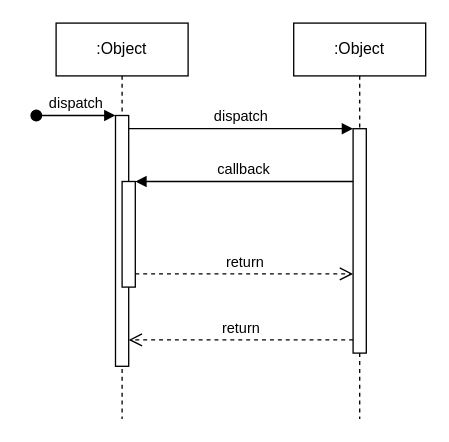
Before: Untitled Diagram.drawio in titosilva/drm-blockchain, a draw.io diagram. Source tidied: cells renumbered, new cells numbered last; positions are measured from the earlier drawing's top-left corner, leaving out a move shared by most shapes. Both pictures are drawn from the tidied source at 132%, with x=0, y=0 at pixel (36, 22).
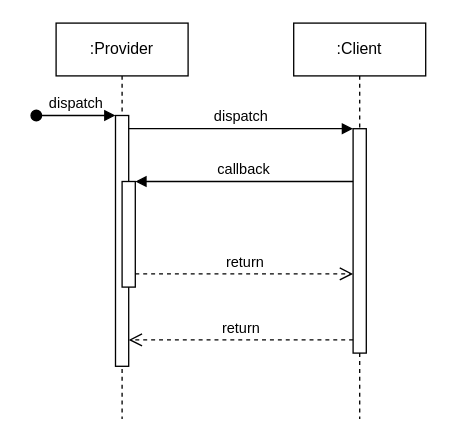
The same diagram, later.

Commit message:
Updating sequence diagram

The edit, as a diff of the source:
```diff
@@
 <mxGraphModel>
   <root>
     <mxCell id="0" />
     <mxCell id="1" parent="0" />
-    <mxCell id="2" value=":Object" style="shape=umlLifeline;perimeter=lifelinePerimeter;whiteSpace=wrap;html=1;newEdgeStyle={&quot;edgeStyle&quot;:&quot;elbowEdgeStyle&quot;,&quot;elbow&quot;:&quot;vertical&quot;,&quot;curved&quot;:0,&quot;rounded&quot;:0};" parent="1" vertex="1">
+    <mxCell id="2" value=":Provider" style="shape=umlLifeline;perimeter=lifelinePerimeter;whiteSpace=wrap;html=1;newEdgeStyle={&quot;edgeStyle&quot;:&quot;elbowEdgeStyle&quot;,&quot;elbow&quot;:&quot;vertical&quot;,&quot;curved&quot;:0,&quot;rounded&quot;:0};" parent="1" vertex="1">
       <mxGeometry x="15" width="100" height="300" as="geometry" />
     </mxCell>
     <mxCell id="3" style="html=1;points=[];perimeter=orthogonalPerimeter;outlineConnect=0;targetShapes=umlLifeline;portConstraint=eastwest;newEdgeStyle={&quot;edgeStyle&quot;:&quot;elbowEdgeStyle&quot;,&quot;elbow&quot;:&quot;vertical&quot;,&quot;curved&quot;:0,&quot;rounded&quot;:0};" parent="2" vertex="1">
       <mxGeometry x="45" y="70" width="10" height="190" as="geometry" />
     </mxCell>
     <mxCell id="4" value="dispatch" style="html=1;verticalAlign=bottom;startArrow=oval;endArrow=block;startSize=8;edgeStyle=elbowEdgeStyle;elbow=vertical;curved=0;rounded=0;" parent="2" edge="1" target="3">
       <mxGeometry relative="1" as="geometry">
         <mxPoint x="-15" y="70" as="sourcePoint" />
       </mxGeometry>
     </mxCell>
     <mxCell id="5" style="html=1;points=[];perimeter=orthogonalPerimeter;outlineConnect=0;targetShapes=umlLifeline;portConstraint=eastwest;newEdgeStyle={&quot;edgeStyle&quot;:&quot;elbowEdgeStyle&quot;,&quot;elbow&quot;:&quot;vertical&quot;,&quot;curved&quot;:0,&quot;rounded&quot;:0};" parent="2" vertex="1">
       <mxGeometry x="50" y="120" width="10" height="80" as="geometry" />
     </mxCell>
-    <mxCell id="6" value=":Object" style="shape=umlLifeline;perimeter=lifelinePerimeter;whiteSpace=wrap;html=1;newEdgeStyle={&quot;edgeStyle&quot;:&quot;elbowEdgeStyle&quot;,&quot;elbow&quot;:&quot;vertical&quot;,&quot;curved&quot;:0,&quot;rounded&quot;:0};" parent="1" vertex="1">
+    <mxCell id="6" value=":Client" style="shape=umlLifeline;perimeter=lifelinePerimeter;whiteSpace=wrap;html=1;newEdgeStyle={&quot;edgeStyle&quot;:&quot;elbowEdgeStyle&quot;,&quot;elbow&quot;:&quot;vertical&quot;,&quot;curved&quot;:0,&quot;rounded&quot;:0};" parent="1" vertex="1">
       <mxGeometry x="195" width="100" height="300" as="geometry" />
     </mxCell>
     <mxCell id="7" style="html=1;points=[];perimeter=orthogonalPerimeter;outlineConnect=0;targetShapes=umlLifeline;portConstraint=eastwest;newEdgeStyle={&quot;edgeStyle&quot;:&quot;elbowEdgeStyle&quot;,&quot;elbow&quot;:&quot;vertical&quot;,&quot;curved&quot;:0,&quot;rounded&quot;:0};" parent="6" vertex="1">
       <mxGeometry x="45" y="80" width="10" height="170" as="geometry" />
     </mxCell>
     <mxCell id="8" value="dispatch" style="html=1;verticalAlign=bottom;endArrow=block;edgeStyle=elbowEdgeStyle;elbow=vertical;curved=0;rounded=0;" parent="1" edge="1" source="3" target="7">
       <mxGeometry relative="1" as="geometry">
         <Array as="points">
           <mxPoint x="155" y="80" />
         </Array>
       </mxGeometry>
     </mxCell>
     <mxCell id="9" value="return" style="html=1;verticalAlign=bottom;endArrow=open;dashed=1;endSize=8;edgeStyle=elbowEdgeStyle;elbow=vertical;curved=0;rounded=0;" parent="1" edge="1" source="7" target="3">
       <mxGeometry relative="1" as="geometry">
         <Array as="points">
           <mxPoint x="165" y="240" />
         </Array>
       </mxGeometry>
     </mxCell>
     <mxCell id="10" value="callback" style="html=1;verticalAlign=bottom;endArrow=block;edgeStyle=elbowEdgeStyle;elbow=vertical;curved=0;rounded=0;" parent="1" edge="1" source="7" target="5">
       <mxGeometry relative="1" as="geometry">
         <Array as="points">
           <mxPoint x="165" y="120" />
         </Array>
       </mxGeometry>
     </mxCell>
     <mxCell id="11" value="return" style="html=1;verticalAlign=bottom;endArrow=open;dashed=1;endSize=8;edgeStyle=elbowEdgeStyle;elbow=vertical;curved=0;rounded=0;" parent="1" edge="1" source="5" target="7">
       <mxGeometry relative="1" as="geometry">
         <Array as="points">
           <mxPoint x="155" y="190" />
         </Array>
       </mxGeometry>
     </mxCell>
   </root>
 </mxGraphModel>
```
